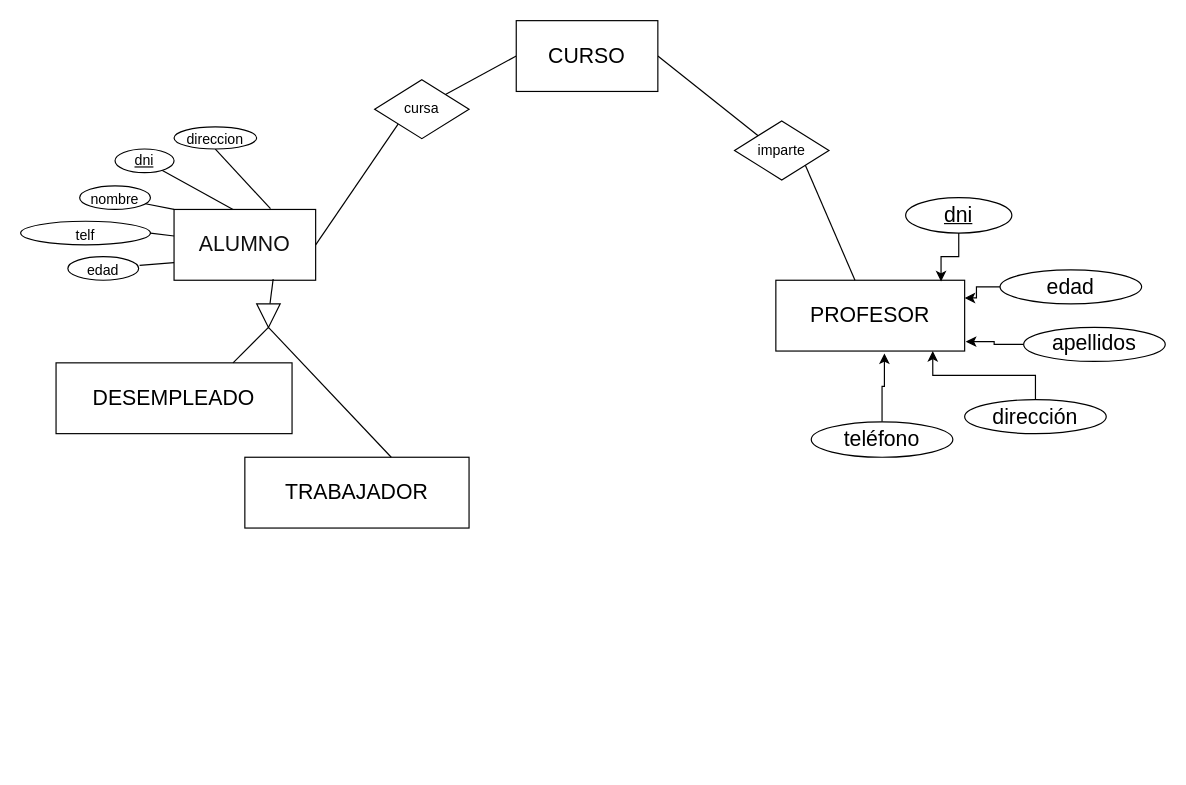
JuanMarinG/TA12_MYSQL keeps this draw.io diagram as Untitled Diagram.drawio. Above is the earlier version. Source tidied: cells renumbered, new cells numbered last; positions are measured from the earlier drawing's top-left corner, leaving out a move shared by most shapes. Both pictures are drawn from the tidied source at 118%, with x=0, y=0 at pixel (20, 20).
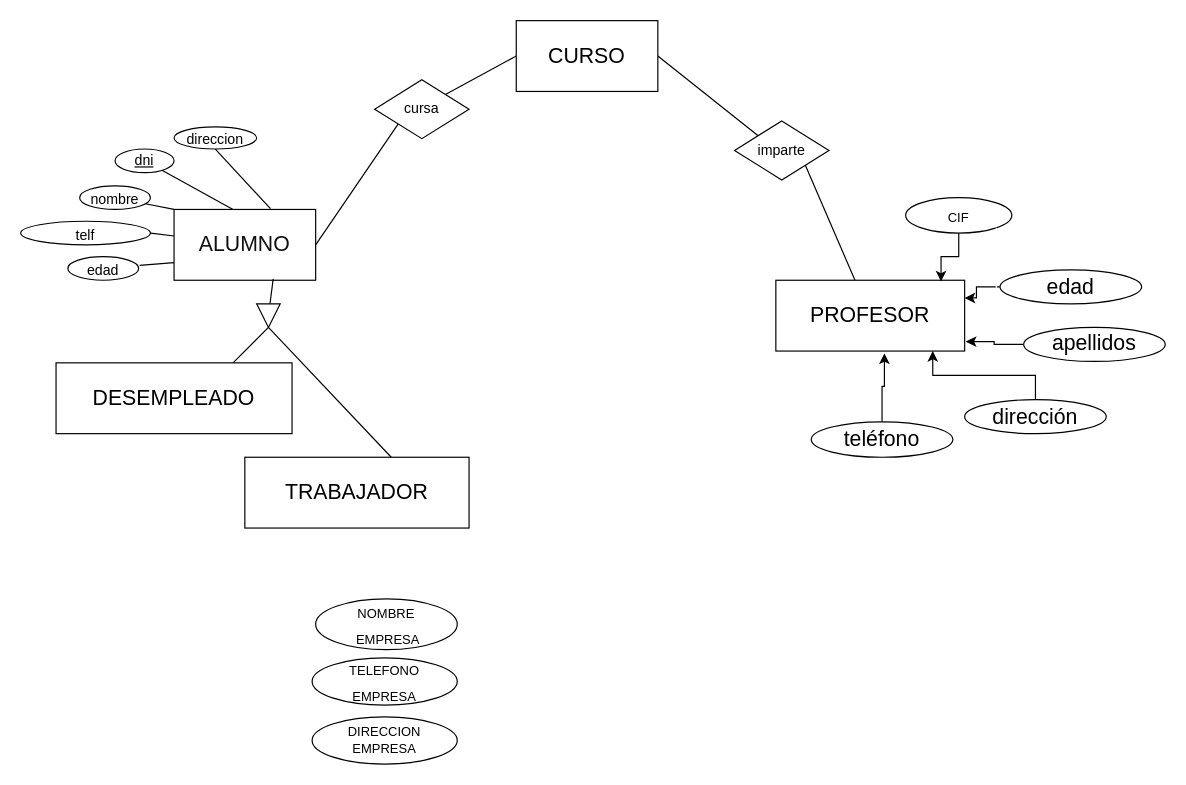
The same diagram, later.

Commit message:
Tabla trabajadores con sus atributos

The edit, as a diff of the source:
```diff
@@
-    <mxCell id="12" value="&lt;u&gt;dni&lt;/u&gt;" style="ellipse;whiteSpace=wrap;html=1;rounded=0;shadow=0;sketch=0;fontSize=18;" parent="1" vertex="1">
+    <mxCell id="12" value="&lt;font style=&quot;font-size: 11px;&quot;&gt;CIF&lt;/font&gt;" style="ellipse;whiteSpace=wrap;html=1;rounded=0;shadow=0;sketch=0;fontSize=18;" parent="1" vertex="1">
       <mxGeometry x="750" y="150" width="90" height="30" as="geometry" />
     </mxCell>
@@
+    <mxCell id="38" style="edgeStyle=orthogonalEdgeStyle;curved=0;rounded=1;sketch=0;jettySize=auto;html=1;exitX=1;exitY=1;exitDx=0;exitDy=0;fontSize=12;fontColor=#0F0F0F;strokeColor=#FFFFFF;" parent="1" edge="1" source="12">
+      <mxGeometry relative="1" as="geometry">
+        <mxPoint x="815" y="380" as="targetPoint" />
+      </mxGeometry>
+    </mxCell>
@@
+    <mxCell id="39" style="edgeStyle=orthogonalEdgeStyle;curved=0;rounded=1;sketch=0;jettySize=auto;html=1;fontSize=12;fontColor=#0F0F0F;strokeColor=#FFFFFF;" parent="1" edge="1" source="40" target="41">
+      <mxGeometry relative="1" as="geometry" />
+    </mxCell>
+    <mxCell id="40" value="&lt;div style=&quot;font-size: 11px;&quot;&gt;&lt;font style=&quot;font-size: 11px;&quot;&gt;DIRECCION&lt;/font&gt;&lt;/div&gt;&lt;div style=&quot;font-size: 11px;&quot;&gt;&lt;font style=&quot;font-size: 11px;&quot;&gt;&lt;font style=&quot;font-size: 11px;&quot;&gt;EMPRESA&lt;/font&gt;&lt;br&gt;&lt;/font&gt;&lt;/div&gt;" style="ellipse;whiteSpace=wrap;html=1;rounded=0;shadow=0;sketch=0;fontSize=18;" parent="1" vertex="1">
+      <mxGeometry x="247" y="590" width="123" height="40" as="geometry" />
+    </mxCell>
+    <mxCell id="41" value="&lt;div&gt;&lt;font style=&quot;font-size: 11px;&quot;&gt;TELEFONO&lt;/font&gt;&lt;/div&gt;&lt;div&gt;&lt;font style=&quot;font-size: 11px;&quot;&gt;EMPRESA&lt;br&gt;&lt;/font&gt;&lt;/div&gt;" style="ellipse;whiteSpace=wrap;html=1;rounded=0;shadow=0;sketch=0;fontSize=18;" parent="1" vertex="1">
+      <mxGeometry x="247" y="540" width="123" height="40" as="geometry" />
+    </mxCell>
+    <mxCell id="42" value="&lt;div&gt;&lt;font style=&quot;font-size: 11px;&quot;&gt;NOMBRE&lt;/font&gt;&lt;/div&gt;&lt;div&gt;&lt;font style=&quot;font-size: 11px;&quot;&gt;&amp;nbsp;EMPRESA&lt;/font&gt;&lt;/div&gt;" style="ellipse;whiteSpace=wrap;html=1;rounded=0;shadow=0;sketch=0;fontSize=18;" parent="1" vertex="1">
+      <mxGeometry x="250" y="490" width="120" height="43.1" as="geometry" />
+    </mxCell>
```
